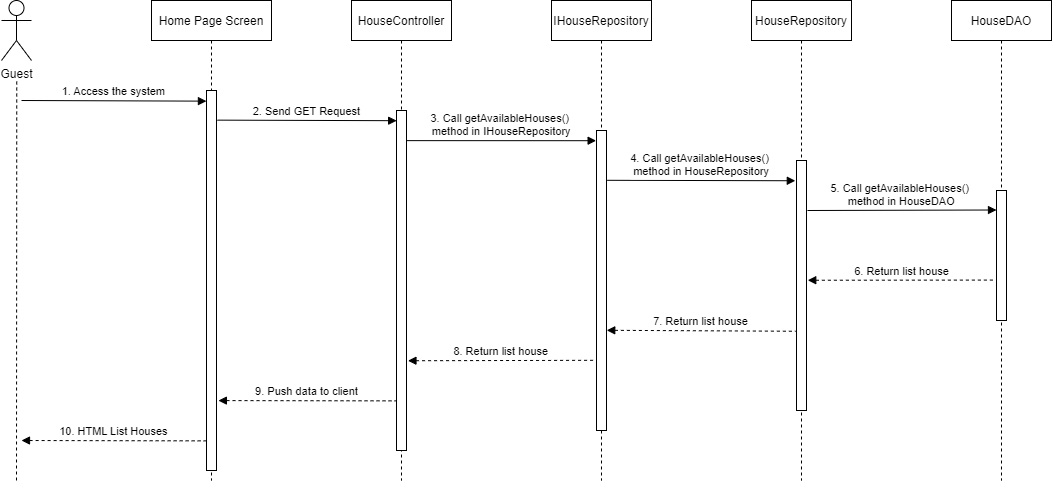
Earlier version of the draw.io export Documentation/Diagram/Sequence Diagrams/Home Page - Sequence Diagram.drawio.png (nguyenthegiang/fu-house-finder). Source tidied: cells renumbered, new cells last; positions are measured from the earlier drawing's top-left corner, leaving out a move shared by most shapes. Its diagram source:
```xml
<mxGraphModel>
  <root>
    <mxCell id="0" />
    <mxCell id="1" parent="0" />
    <mxCell id="2" value="Home Page Screen" style="shape=umlLifeline;perimeter=lifelinePerimeter;rounded=0;shadow=0;strokeWidth=1;" parent="1" vertex="1">
      <mxGeometry x="150" width="120" height="480" as="geometry" />
    </mxCell>
    <mxCell id="3" style="points=[];perimeter=orthogonalPerimeter;rounded=0;shadow=0;strokeWidth=1;" parent="2" vertex="1">
      <mxGeometry x="55" y="90" width="10" height="380" as="geometry" />
    </mxCell>
    <mxCell id="4" value="HouseController" style="shape=umlLifeline;perimeter=lifelinePerimeter;rounded=0;shadow=0;strokeWidth=1;" parent="1" vertex="1">
      <mxGeometry x="350" width="100" height="480" as="geometry" />
    </mxCell>
    <mxCell id="5" style="points=[];perimeter=orthogonalPerimeter;rounded=0;shadow=0;strokeWidth=1;" parent="4" vertex="1">
      <mxGeometry x="45" y="110" width="10" height="340" as="geometry" />
    </mxCell>
    <mxCell id="6" value="Guest" style="shape=umlActor;verticalLabelPosition=bottom;verticalAlign=top;html=1;" parent="1" vertex="1">
      <mxGeometry width="30" height="60" as="geometry" />
    </mxCell>
    <mxCell id="7" style="endArrow=none;dashed=1;html=1;rounded=0;startArrow=none;" parent="1" edge="1">
      <mxGeometry relative="1" as="geometry">
        <mxPoint x="15" y="480" as="sourcePoint" />
        <mxPoint x="15.2" y="80" as="targetPoint" />
      </mxGeometry>
    </mxCell>
    <mxCell id="8" value="1. Access the system" style="verticalAlign=bottom;endArrow=block;entryX=-0.007;entryY=0.028;shadow=0;strokeWidth=1;entryDx=0;entryDy=0;entryPerimeter=0;" parent="1" edge="1" target="3">
      <mxGeometry relative="1" as="geometry">
        <mxPoint x="20" y="100" as="sourcePoint" />
      </mxGeometry>
    </mxCell>
    <mxCell id="9" value="2. Send GET Request" style="verticalAlign=bottom;endArrow=block;shadow=0;strokeWidth=1;entryX=0.016;entryY=0.03;entryDx=0;entryDy=0;entryPerimeter=0;exitX=1.094;exitY=0.078;exitDx=0;exitDy=0;exitPerimeter=0;" parent="1" edge="1" source="3" target="5">
      <mxGeometry relative="1" as="geometry" />
    </mxCell>
    <mxCell id="10" value="IHouseRepository" style="shape=umlLifeline;perimeter=lifelinePerimeter;rounded=0;shadow=0;strokeWidth=1;" parent="1" vertex="1">
      <mxGeometry x="550" width="100" height="480" as="geometry" />
    </mxCell>
    <mxCell id="11" style="points=[];perimeter=orthogonalPerimeter;rounded=0;shadow=0;strokeWidth=1;" parent="10" vertex="1">
      <mxGeometry x="45" y="130" width="10" height="300" as="geometry" />
    </mxCell>
    <mxCell id="12" value="3. Call getAvailableHouses()  &#10;method in IHouseRepository" style="verticalAlign=bottom;endArrow=block;shadow=0;strokeWidth=1;entryX=-0.037;entryY=0.034;entryDx=0;entryDy=0;entryPerimeter=0;exitX=1.019;exitY=0.159;exitDx=0;exitDy=0;exitPerimeter=0;" parent="10" edge="1" target="11">
      <mxGeometry relative="1" as="geometry">
        <mxPoint x="-145" y="140.1" as="sourcePoint" />
      </mxGeometry>
    </mxCell>
    <mxCell id="13" value="HouseRepository" style="shape=umlLifeline;perimeter=lifelinePerimeter;rounded=0;shadow=0;strokeWidth=1;" parent="1" vertex="1">
      <mxGeometry x="750" width="100" height="480" as="geometry" />
    </mxCell>
    <mxCell id="14" style="points=[];perimeter=orthogonalPerimeter;rounded=0;shadow=0;strokeWidth=1;" parent="13" vertex="1">
      <mxGeometry x="45" y="160" width="10" height="250" as="geometry" />
    </mxCell>
    <mxCell id="15" value="HouseDAO" style="shape=umlLifeline;perimeter=lifelinePerimeter;rounded=0;shadow=0;strokeWidth=1;" parent="1" vertex="1">
      <mxGeometry x="950" width="100" height="480" as="geometry" />
    </mxCell>
    <mxCell id="16" style="points=[];perimeter=orthogonalPerimeter;rounded=0;shadow=0;strokeWidth=1;" parent="15" vertex="1">
      <mxGeometry x="45" y="190" width="10" height="130" as="geometry" />
    </mxCell>
    <mxCell id="17" value="4. Call getAvailableHouses()  &#10;method in HouseRepository" style="verticalAlign=bottom;endArrow=block;shadow=0;strokeWidth=1;exitX=1.076;exitY=0.166;exitDx=0;exitDy=0;exitPerimeter=0;entryX=-0.12;entryY=0.081;entryDx=0;entryDy=0;entryPerimeter=0;" parent="1" edge="1" source="11" target="14">
      <mxGeometry relative="1" as="geometry" />
    </mxCell>
    <mxCell id="18" value="5. Call getAvailableHouses()  &#10;method in HouseDAO" style="verticalAlign=bottom;endArrow=block;shadow=0;strokeWidth=1;exitX=1.097;exitY=0.2;exitDx=0;exitDy=0;exitPerimeter=0;entryX=0;entryY=0.15;entryDx=0;entryDy=0;entryPerimeter=0;" parent="1" edge="1" source="14" target="16">
      <mxGeometry relative="1" as="geometry" />
    </mxCell>
    <mxCell id="19" value="6. Return list house" style="verticalAlign=bottom;endArrow=none;shadow=0;strokeWidth=1;entryX=-0.102;entryY=0.689;entryDx=0;entryDy=0;entryPerimeter=0;endFill=0;startArrow=block;startFill=1;dashed=1;exitX=1.126;exitY=0.479;exitDx=0;exitDy=0;exitPerimeter=0;" parent="1" edge="1" source="14" target="16">
      <mxGeometry relative="1" as="geometry" />
    </mxCell>
    <mxCell id="20" value="7. Return list house" style="verticalAlign=bottom;endArrow=none;shadow=0;strokeWidth=1;endFill=0;startArrow=block;startFill=1;dashed=1;exitX=1.025;exitY=0.666;exitDx=0;exitDy=0;exitPerimeter=0;entryX=-0.079;entryY=0.683;entryDx=0;entryDy=0;entryPerimeter=0;" parent="1" edge="1" source="11" target="14">
      <mxGeometry relative="1" as="geometry" />
    </mxCell>
    <mxCell id="21" value="8. Return list house" style="verticalAlign=bottom;endArrow=none;shadow=0;strokeWidth=1;entryX=-0.109;entryY=0.766;entryDx=0;entryDy=0;entryPerimeter=0;endFill=0;startArrow=block;startFill=1;dashed=1;exitX=1.145;exitY=0.736;exitDx=0;exitDy=0;exitPerimeter=0;" parent="1" edge="1" source="5" target="11">
      <mxGeometry relative="1" as="geometry" />
    </mxCell>
    <mxCell id="22" value="9. Push data to client" style="verticalAlign=bottom;endArrow=none;shadow=0;strokeWidth=1;entryX=-0.049;entryY=0.854;entryDx=0;entryDy=0;entryPerimeter=0;endFill=0;startArrow=block;startFill=1;dashed=1;exitX=1.19;exitY=0.816;exitDx=0;exitDy=0;exitPerimeter=0;" parent="1" edge="1" source="3" target="5">
      <mxGeometry relative="1" as="geometry" />
    </mxCell>
    <mxCell id="23" value="10. HTML List Houses" style="verticalAlign=bottom;endArrow=none;shadow=0;strokeWidth=1;entryX=-0.034;entryY=0.922;entryDx=0;entryDy=0;entryPerimeter=0;endFill=0;startArrow=block;startFill=1;dashed=1;" parent="1" edge="1" target="3">
      <mxGeometry relative="1" as="geometry">
        <mxPoint x="20" y="440" as="sourcePoint" />
      </mxGeometry>
    </mxCell>
  </root>
</mxGraphModel>
```
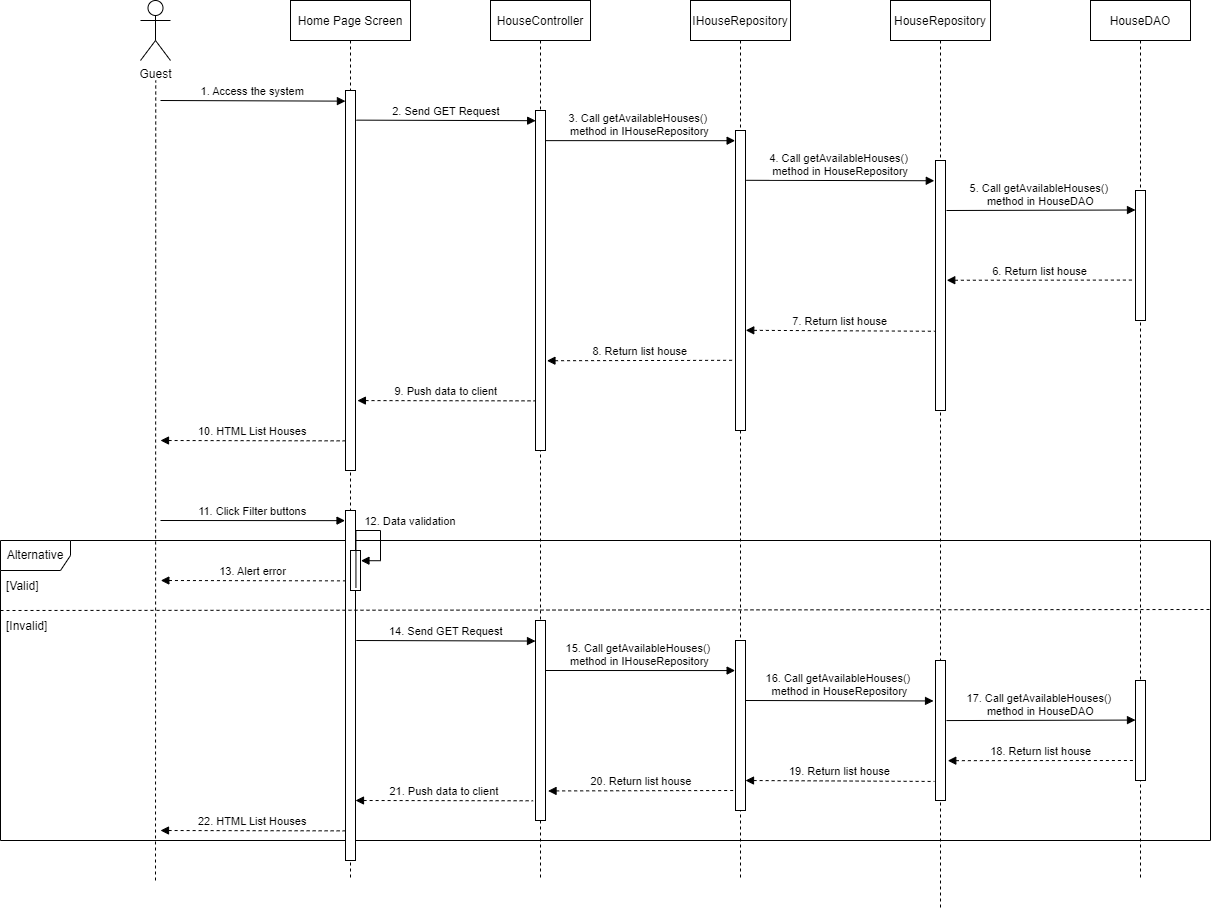
After the commit.

The edit, as a diff of the source:
```diff
@@ -3,13 +3,13 @@
     <mxCell id="0" />
     <mxCell id="1" parent="0" />
     <mxCell id="2" value="Home Page Screen" style="shape=umlLifeline;perimeter=lifelinePerimeter;rounded=0;shadow=0;strokeWidth=1;" parent="1" vertex="1">
-      <mxGeometry x="150" width="120" height="480" as="geometry" />
+      <mxGeometry x="150" width="120" height="880" as="geometry" />
     </mxCell>
     <mxCell id="3" style="points=[];perimeter=orthogonalPerimeter;rounded=0;shadow=0;strokeWidth=1;" parent="2" vertex="1">
       <mxGeometry x="55" y="90" width="10" height="380" as="geometry" />
     </mxCell>
     <mxCell id="4" value="HouseController" style="shape=umlLifeline;perimeter=lifelinePerimeter;rounded=0;shadow=0;strokeWidth=1;" parent="1" vertex="1">
-      <mxGeometry x="350" width="100" height="480" as="geometry" />
+      <mxGeometry x="350" width="100" height="880" as="geometry" />
     </mxCell>
     <mxCell id="5" style="points=[];perimeter=orthogonalPerimeter;rounded=0;shadow=0;strokeWidth=1;" parent="4" vertex="1">
       <mxGeometry x="45" y="110" width="10" height="340" as="geometry" />
@@ -19,7 +19,7 @@
     </mxCell>
     <mxCell id="7" style="endArrow=none;dashed=1;html=1;rounded=0;startArrow=none;" parent="1" edge="1">
       <mxGeometry relative="1" as="geometry">
-        <mxPoint x="15" y="480" as="sourcePoint" />
+        <mxPoint x="15" y="880" as="sourcePoint" />
         <mxPoint x="15.2" y="80" as="targetPoint" />
       </mxGeometry>
     </mxCell>
@@ -32,7 +32,7 @@
       <mxGeometry relative="1" as="geometry" />
     </mxCell>
     <mxCell id="10" value="IHouseRepository" style="shape=umlLifeline;perimeter=lifelinePerimeter;rounded=0;shadow=0;strokeWidth=1;" parent="1" vertex="1">
-      <mxGeometry x="550" width="100" height="480" as="geometry" />
+      <mxGeometry x="550" width="100" height="880" as="geometry" />
     </mxCell>
     <mxCell id="11" style="points=[];perimeter=orthogonalPerimeter;rounded=0;shadow=0;strokeWidth=1;" parent="10" vertex="1">
       <mxGeometry x="45" y="130" width="10" height="300" as="geometry" />
@@ -43,13 +43,16 @@
       </mxGeometry>
     </mxCell>
     <mxCell id="13" value="HouseRepository" style="shape=umlLifeline;perimeter=lifelinePerimeter;rounded=0;shadow=0;strokeWidth=1;" parent="1" vertex="1">
-      <mxGeometry x="750" width="100" height="480" as="geometry" />
+      <mxGeometry x="750" width="100" height="910" as="geometry" />
     </mxCell>
     <mxCell id="14" style="points=[];perimeter=orthogonalPerimeter;rounded=0;shadow=0;strokeWidth=1;" parent="13" vertex="1">
       <mxGeometry x="45" y="160" width="10" height="250" as="geometry" />
     </mxCell>
+    <mxCell id="24" style="perimeter=orthogonalPerimeter;rounded=0;shadow=0;strokeWidth=1;" parent="13" vertex="1">
+      <mxGeometry x="45" y="660" width="10" height="140" as="geometry" />
+    </mxCell>
     <mxCell id="15" value="HouseDAO" style="shape=umlLifeline;perimeter=lifelinePerimeter;rounded=0;shadow=0;strokeWidth=1;" parent="1" vertex="1">
-      <mxGeometry x="950" width="100" height="480" as="geometry" />
+      <mxGeometry x="950" width="100" height="880" as="geometry" />
     </mxCell>
     <mxCell id="16" style="points=[];perimeter=orthogonalPerimeter;rounded=0;shadow=0;strokeWidth=1;" parent="15" vertex="1">
       <mxGeometry x="45" y="190" width="10" height="130" as="geometry" />
@@ -77,5 +80,107 @@
         <mxPoint x="20" y="440" as="sourcePoint" />
       </mxGeometry>
     </mxCell>
+    <mxCell id="25" value="Alternative" style="shape=umlFrame;whiteSpace=wrap;html=1;width=70;height=30;" parent="1" vertex="1">
+      <mxGeometry x="-140" y="540" width="1210" height="300" as="geometry" />
+    </mxCell>
+    <mxCell id="26" value="11. Click Filter buttons" style="verticalAlign=bottom;endArrow=block;shadow=0;strokeWidth=1;entryX=-0.047;entryY=0.029;entryDx=0;entryDy=0;entryPerimeter=0;" parent="1" edge="1" target="27">
+      <mxGeometry relative="1" as="geometry">
+        <mxPoint x="20" y="520" as="sourcePoint" />
+      </mxGeometry>
+    </mxCell>
+    <mxCell id="27" style="points=[];perimeter=orthogonalPerimeter;rounded=0;shadow=0;strokeWidth=1;" parent="1" vertex="1">
+      <mxGeometry x="205" y="510" width="10" height="350" as="geometry" />
+    </mxCell>
+    <mxCell id="28" style="points=[];perimeter=orthogonalPerimeter;rounded=0;shadow=0;strokeWidth=1;" parent="1" vertex="1">
+      <mxGeometry x="210" y="550" width="10" height="40" as="geometry" />
+    </mxCell>
+    <mxCell id="29" value="12. Data validation" style="verticalAlign=bottom;endArrow=block;shadow=0;strokeWidth=1;entryX=1.047;entryY=0.255;entryDx=0;entryDy=0;entryPerimeter=0;exitX=1.044;exitY=0.221;exitDx=0;exitDy=0;exitPerimeter=0;edgeStyle=orthogonalEdgeStyle;rounded=0;" parent="1" edge="1" source="27" target="28">
+      <mxGeometry x="0.24" y="30" relative="1" as="geometry">
+        <Array as="points">
+          <mxPoint x="240" y="530" />
+          <mxPoint x="240" y="560" />
+        </Array>
+      </mxGeometry>
+    </mxCell>
+    <mxCell id="30" value="13. Alert error" style="verticalAlign=bottom;endArrow=none;shadow=0;strokeWidth=1;entryX=-0.034;entryY=0.922;entryDx=0;entryDy=0;entryPerimeter=0;endFill=0;startArrow=block;startFill=1;dashed=1;" parent="1" edge="1">
+      <mxGeometry relative="1" as="geometry">
+        <mxPoint x="20.3" y="580" as="sourcePoint" />
+        <mxPoint x="205" y="580.4" as="targetPoint" />
+      </mxGeometry>
+    </mxCell>
+    <mxCell id="31" value="14. Send GET Request" style="verticalAlign=bottom;endArrow=block;shadow=0;strokeWidth=1;entryX=0.016;entryY=0.03;entryDx=0;entryDy=0;entryPerimeter=0;exitX=1.094;exitY=0.078;exitDx=0;exitDy=0;exitPerimeter=0;" parent="1" edge="1">
+      <mxGeometry relative="1" as="geometry">
+        <mxPoint x="215.8" y="640" as="sourcePoint" />
+        <mxPoint x="395" y="640.6" as="targetPoint" />
+      </mxGeometry>
+    </mxCell>
+    <mxCell id="32" style="perimeter=orthogonalPerimeter;rounded=0;shadow=0;strokeWidth=1;" parent="1" vertex="1">
+      <mxGeometry x="395" y="620" width="10" height="200" as="geometry" />
+    </mxCell>
+    <mxCell id="33" style="endArrow=none;dashed=1;html=1;strokeWidth=1;rounded=0;entryX=1;entryY=0.23;entryDx=0;entryDy=0;entryPerimeter=0;" parent="1" edge="1" target="25">
+      <mxGeometry relative="1" as="geometry">
+        <mxPoint x="-140" y="610" as="sourcePoint" />
+      </mxGeometry>
+    </mxCell>
+    <mxCell id="34" value="[Valid]" style="text;strokeColor=none;fillColor=none;align=left;verticalAlign=middle;spacingLeft=4;spacingRight=4;overflow=hidden;" parent="1" vertex="1">
+      <mxGeometry x="-140" y="570" width="80" height="30" as="geometry" />
+    </mxCell>
+    <mxCell id="35" value="[Invalid]" style="text;strokeColor=none;fillColor=none;align=left;verticalAlign=middle;spacingLeft=4;spacingRight=4;overflow=hidden;" parent="1" vertex="1">
+      <mxGeometry x="-140" y="610" width="80" height="30" as="geometry" />
+    </mxCell>
+    <mxCell id="36" style="perimeter=orthogonalPerimeter;rounded=0;shadow=0;strokeWidth=1;" parent="1" vertex="1">
+      <mxGeometry x="595" y="640" width="10" height="170" as="geometry" />
+    </mxCell>
+    <mxCell id="37" value="15. Call getAvailableHouses()  &#10;method in IHouseRepository" style="verticalAlign=bottom;endArrow=block;shadow=0;strokeWidth=1;entryX=-0.037;entryY=0.034;entryDx=0;entryDy=0;entryPerimeter=0;exitX=1.019;exitY=0.159;exitDx=0;exitDy=0;exitPerimeter=0;" parent="1" edge="1">
+      <mxGeometry relative="1" as="geometry">
+        <mxPoint x="405" y="670" as="sourcePoint" />
+        <mxPoint x="594.6" y="670.1" as="targetPoint" />
+      </mxGeometry>
+    </mxCell>
+    <mxCell id="38" value="16. Call getAvailableHouses()  &#10;method in HouseRepository" style="verticalAlign=bottom;endArrow=block;shadow=0;strokeWidth=1;exitX=1.076;exitY=0.166;exitDx=0;exitDy=0;exitPerimeter=0;entryX=-0.12;entryY=0.081;entryDx=0;entryDy=0;entryPerimeter=0;" parent="1" edge="1">
+      <mxGeometry relative="1" as="geometry">
+        <mxPoint x="605" y="700" as="sourcePoint" />
+        <mxPoint x="793" y="700.4" as="targetPoint" />
+      </mxGeometry>
+    </mxCell>
+    <mxCell id="39" style="perimeter=orthogonalPerimeter;rounded=0;shadow=0;strokeWidth=1;" parent="1" vertex="1">
+      <mxGeometry x="995" y="680" width="10" height="100" as="geometry" />
+    </mxCell>
+    <mxCell id="40" value="17. Call getAvailableHouses()  &#10;method in HouseDAO" style="verticalAlign=bottom;endArrow=block;shadow=0;strokeWidth=1;exitX=1.097;exitY=0.2;exitDx=0;exitDy=0;exitPerimeter=0;entryX=0;entryY=0.15;entryDx=0;entryDy=0;entryPerimeter=0;" parent="1" edge="1">
+      <mxGeometry relative="1" as="geometry">
+        <mxPoint x="806" y="720.1" as="sourcePoint" />
+        <mxPoint x="995" y="719.6" as="targetPoint" />
+      </mxGeometry>
+    </mxCell>
+    <mxCell id="41" value="18. Return list house" style="verticalAlign=bottom;endArrow=none;shadow=0;strokeWidth=1;entryX=-0.102;entryY=0.689;entryDx=0;entryDy=0;entryPerimeter=0;endFill=0;startArrow=block;startFill=1;dashed=1;exitX=1.126;exitY=0.479;exitDx=0;exitDy=0;exitPerimeter=0;" parent="1" edge="1">
+      <mxGeometry relative="1" as="geometry">
+        <mxPoint x="807.3" y="760.2" as="sourcePoint" />
+        <mxPoint x="995" y="760" as="targetPoint" />
+      </mxGeometry>
+    </mxCell>
+    <mxCell id="42" value="19. Return list house" style="verticalAlign=bottom;endArrow=none;shadow=0;strokeWidth=1;endFill=0;startArrow=block;startFill=1;dashed=1;exitX=1.025;exitY=0.666;exitDx=0;exitDy=0;exitPerimeter=0;entryX=-0.079;entryY=0.683;entryDx=0;entryDy=0;entryPerimeter=0;" parent="1" edge="1">
+      <mxGeometry relative="1" as="geometry">
+        <mxPoint x="605" y="780" as="sourcePoint" />
+        <mxPoint x="794" y="781" as="targetPoint" />
+      </mxGeometry>
+    </mxCell>
+    <mxCell id="43" value="20. Return list house" style="verticalAlign=bottom;endArrow=none;shadow=0;strokeWidth=1;entryX=-0.109;entryY=0.766;entryDx=0;entryDy=0;entryPerimeter=0;endFill=0;startArrow=block;startFill=1;dashed=1;exitX=1.145;exitY=0.736;exitDx=0;exitDy=0;exitPerimeter=0;" parent="1" edge="1">
+      <mxGeometry relative="1" as="geometry">
+        <mxPoint x="407.5" y="790.4" as="sourcePoint" />
+        <mxPoint x="595" y="790" as="targetPoint" />
+      </mxGeometry>
+    </mxCell>
+    <mxCell id="44" value="21. Push data to client" style="verticalAlign=bottom;endArrow=none;shadow=0;strokeWidth=1;entryX=-0.049;entryY=0.854;entryDx=0;entryDy=0;entryPerimeter=0;endFill=0;startArrow=block;startFill=1;dashed=1;exitX=1.19;exitY=0.816;exitDx=0;exitDy=0;exitPerimeter=0;" parent="1" edge="1">
+      <mxGeometry relative="1" as="geometry">
+        <mxPoint x="215" y="800" as="sourcePoint" />
+        <mxPoint x="392.6" y="800.3" as="targetPoint" />
+      </mxGeometry>
+    </mxCell>
+    <mxCell id="45" value="22. HTML List Houses" style="verticalAlign=bottom;endArrow=none;shadow=0;strokeWidth=1;entryX=-0.034;entryY=0.922;entryDx=0;entryDy=0;entryPerimeter=0;endFill=0;startArrow=block;startFill=1;dashed=1;" parent="1" edge="1">
+      <mxGeometry relative="1" as="geometry">
+        <mxPoint x="20" y="830" as="sourcePoint" />
+        <mxPoint x="204.7" y="830.4" as="targetPoint" />
+      </mxGeometry>
+    </mxCell>
   </root>
 </mxGraphModel>
```
